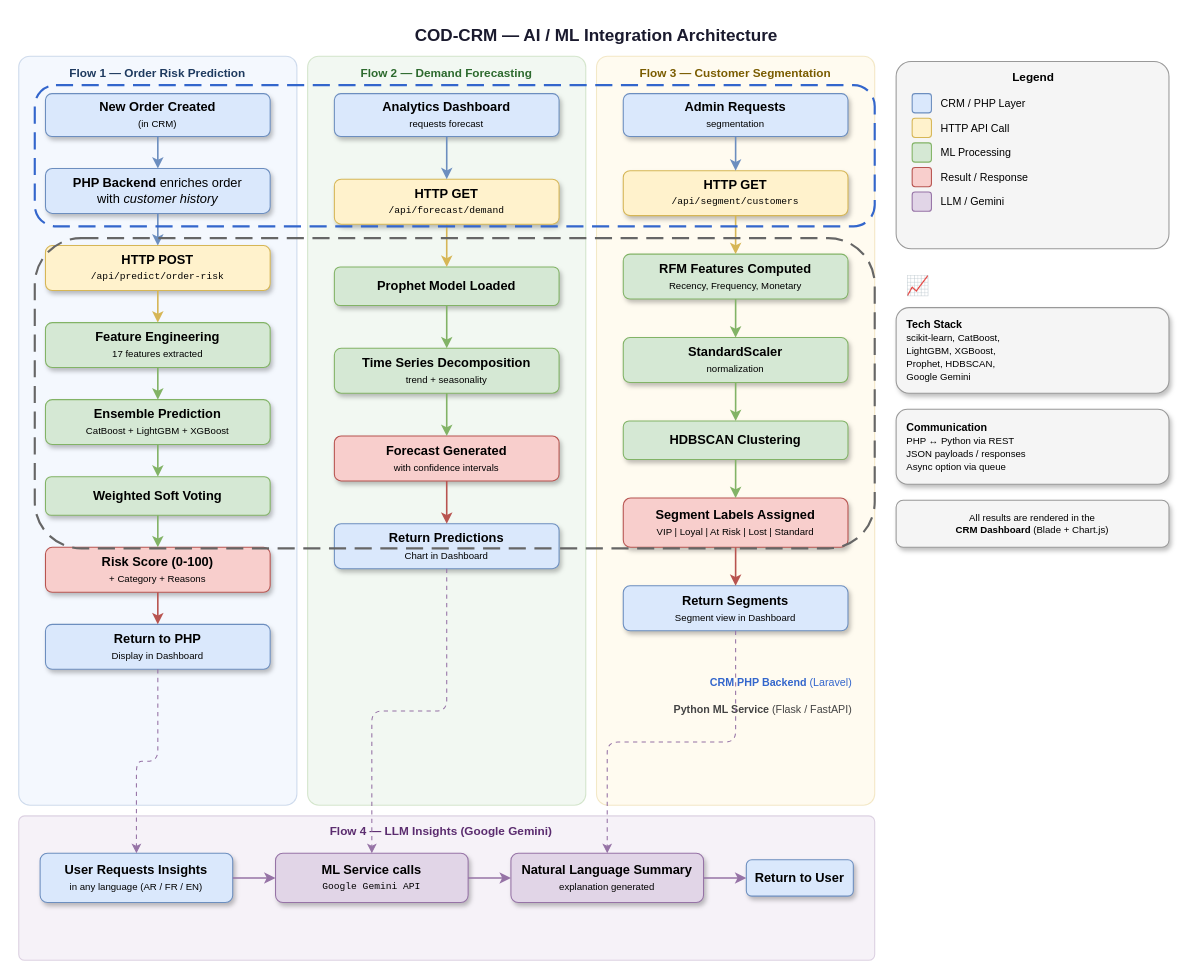
Before: docs/diagrams/ai_integration.drawio in amine-dubs/COD-CRM, a draw.io diagram. Source tidied: cells renumbered, new cells numbered last; positions are measured from the earlier drawing's top-left corner, leaving out a move shared by most shapes. Both pictures are drawn from the tidied source at 107%, with x=0, y=0 at pixel (18, 18).
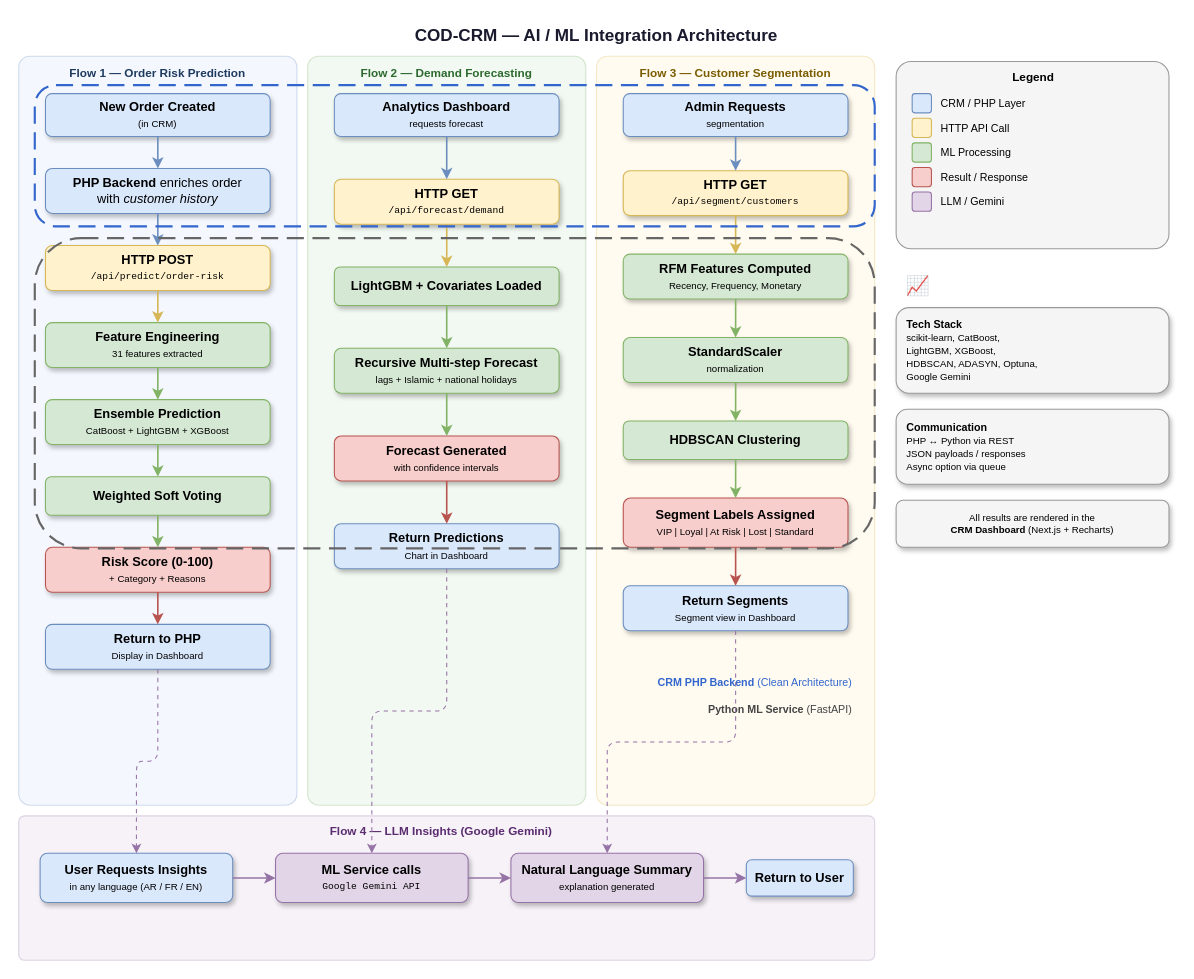
The same diagram, later.

Commit message (it also covers changes not shown here):
Add Algerian calendar: national holidays + Islamic New Year, holiday-aware is_weekend

Diff of the diagram source:
```diff
@@
-    <mxCell id="26" value="&lt;b&gt;Feature Engineering&lt;/b&gt;&lt;br&gt;&lt;font style=&quot;font-size:9px&quot;&gt;17 features extracted&lt;/font&gt;" style="rounded=1;whiteSpace=wrap;html=1;fillColor=#d5e8d4;strokeColor=#82b366;shadow=1;" parent="1" vertex="1">
+    <mxCell id="26" value="&lt;b&gt;Feature Engineering&lt;/b&gt;&lt;br&gt;&lt;font style=&quot;font-size:9px&quot;&gt;31 features extracted&lt;/font&gt;" style="rounded=1;whiteSpace=wrap;html=1;fillColor=#d5e8d4;strokeColor=#82b366;shadow=1;" parent="1" vertex="1">
       <mxGeometry x="25" y="284" width="210" height="42" as="geometry" />
     </mxCell>
@@
-    <mxCell id="40" value="&lt;b&gt;Prophet Model Loaded&lt;/b&gt;" style="rounded=1;whiteSpace=wrap;html=1;fillColor=#d5e8d4;strokeColor=#82b366;shadow=1;" parent="1" vertex="1">
+    <mxCell id="40" value="&lt;b&gt;LightGBM + Covariates Loaded&lt;/b&gt;" style="rounded=1;whiteSpace=wrap;html=1;fillColor=#d5e8d4;strokeColor=#82b366;shadow=1;" parent="1" vertex="1">
       <mxGeometry x="295" y="232" width="210" height="36" as="geometry" />
     </mxCell>
-    <mxCell id="41" value="&lt;b&gt;Time Series Decomposition&lt;/b&gt;&lt;br&gt;&lt;font style=&quot;font-size:9px&quot;&gt;trend + seasonality&lt;/font&gt;" style="rounded=1;whiteSpace=wrap;html=1;fillColor=#d5e8d4;strokeColor=#82b366;shadow=1;" parent="1" vertex="1">
+    <mxCell id="41" value="&lt;b&gt;Recursive Multi-step Forecast&lt;/b&gt;&lt;br&gt;&lt;font style=&quot;font-size:9px&quot;&gt;lags + Islamic + national holidays&lt;/font&gt;" style="rounded=1;whiteSpace=wrap;html=1;fillColor=#d5e8d4;strokeColor=#82b366;shadow=1;" parent="1" vertex="1">
       <mxGeometry x="295" y="308" width="210" height="42" as="geometry" />
     </mxCell>
@@
-    <mxCell id="70" value="&lt;font color=&quot;#444444&quot;&gt;&lt;b&gt;Python ML Service&lt;/b&gt;  (Flask / FastAPI)&lt;/font&gt;" style="text;html=1;align=right;verticalAlign=middle;fontSize=10;fontStyle=0;" parent="1" vertex="1">
+    <mxCell id="70" value="&lt;font color=&quot;#444444&quot;&gt;&lt;b&gt;Python ML Service&lt;/b&gt;  (FastAPI)&lt;/font&gt;" style="text;html=1;align=right;verticalAlign=middle;fontSize=10;fontStyle=0;" parent="1" vertex="1">
       <mxGeometry x="570" y="635" width="210" height="20" as="geometry" />
     </mxCell>
@@
-    <mxCell id="72" value="&lt;font color=&quot;#3366cc&quot;&gt;&lt;b&gt;CRM PHP Backend&lt;/b&gt;  (Laravel)&lt;/font&gt;" style="text;html=1;align=right;verticalAlign=middle;fontSize=10;" parent="1" vertex="1">
+    <mxCell id="72" value="&lt;font color=&quot;#3366cc&quot;&gt;&lt;b&gt;CRM PHP Backend&lt;/b&gt;  (Clean Architecture)&lt;/font&gt;" style="text;html=1;align=right;verticalAlign=middle;fontSize=10;" parent="1" vertex="1">
       <mxGeometry x="570" y="610" width="210" height="20" as="geometry" />
     </mxCell>
@@
-    <mxCell id="74" value="&lt;b&gt;Tech Stack&lt;/b&gt;&lt;br&gt;&lt;font style=&quot;font-size:9px&quot;&gt;scikit-learn, CatBoost,&lt;br&gt;LightGBM, XGBoost,&lt;br&gt;Prophet, HDBSCAN,&lt;br&gt;Google Gemini&lt;/font&gt;" style="rounded=1;whiteSpace=wrap;html=1;fillColor=#f5f5f5;strokeColor=#999999;shadow=1;fontSize=10;align=left;spacingLeft=8;" parent="1" vertex="1">
+    <mxCell id="74" value="&lt;b&gt;Tech Stack&lt;/b&gt;&lt;br&gt;&lt;font style=&quot;font-size:9px&quot;&gt;scikit-learn, CatBoost,&lt;br&gt;LightGBM, XGBoost,&lt;br&gt;HDBSCAN, ADASYN, Optuna,&lt;br&gt;Google Gemini&lt;/font&gt;" style="rounded=1;whiteSpace=wrap;html=1;fillColor=#f5f5f5;strokeColor=#999999;shadow=1;fontSize=10;align=left;spacingLeft=8;" parent="1" vertex="1">
       <mxGeometry x="820" y="270" width="255" height="80" as="geometry" />
     </mxCell>
@@
-    <mxCell id="76" value="&lt;font style=&quot;font-size:9px&quot;&gt;All results are rendered in the&lt;br&gt;&lt;b&gt;CRM Dashboard&lt;/b&gt; (Blade + Chart.js)&lt;/font&gt;" style="rounded=1;whiteSpace=wrap;html=1;fillColor=#f5f5f5;strokeColor=#999999;shadow=1;fontSize=9;align=center;" parent="1" vertex="1">
+    <mxCell id="76" value="&lt;font style=&quot;font-size:9px&quot;&gt;All results are rendered in the&lt;br&gt;&lt;b&gt;CRM Dashboard&lt;/b&gt; (Next.js + Recharts)&lt;/font&gt;" style="rounded=1;whiteSpace=wrap;html=1;fillColor=#f5f5f5;strokeColor=#999999;shadow=1;fontSize=9;align=center;" parent="1" vertex="1">
       <mxGeometry x="820" y="450" width="255" height="44" as="geometry" />
     </mxCell>
```
